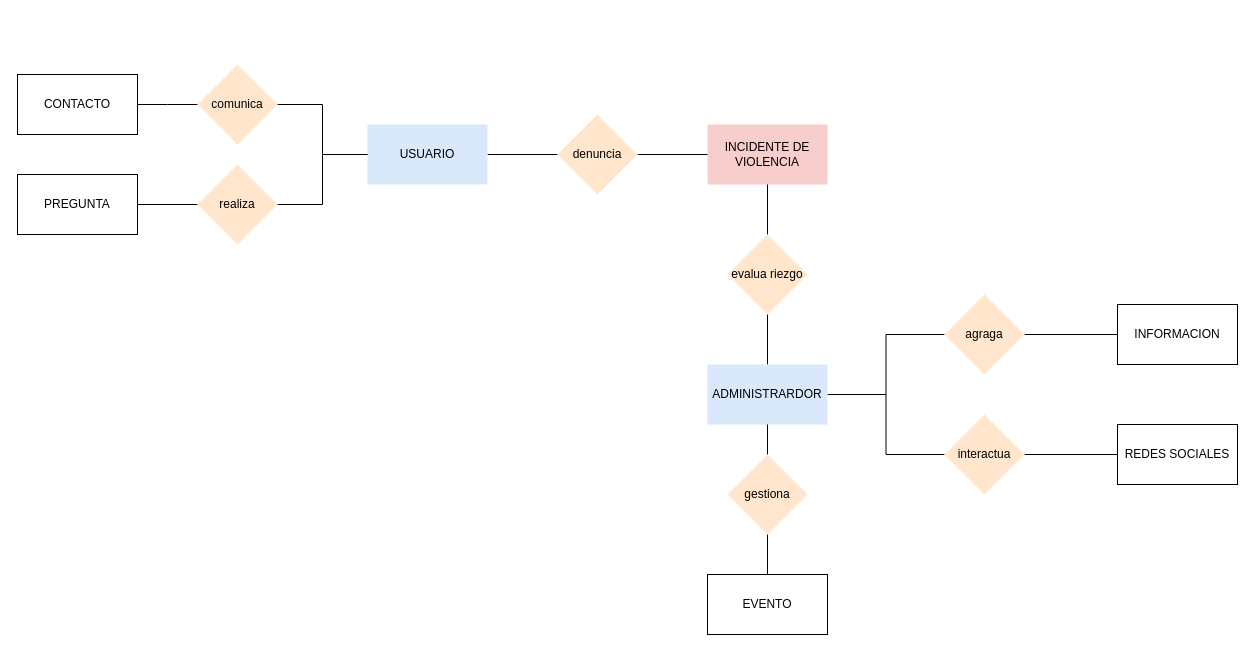
Andy-Fernandez/ViveSinMiedoApp keeps this draw.io diagram as ER_281_Grupo.drawio. Above is the earlier version. Source tidied: cells renumbered, new cells numbered last; positions are measured from the earlier drawing's top-left corner, leaving out a move shared by most shapes. Both pictures are drawn from the tidied source at 100%, with x=0, y=0 at pixel (17, 64).
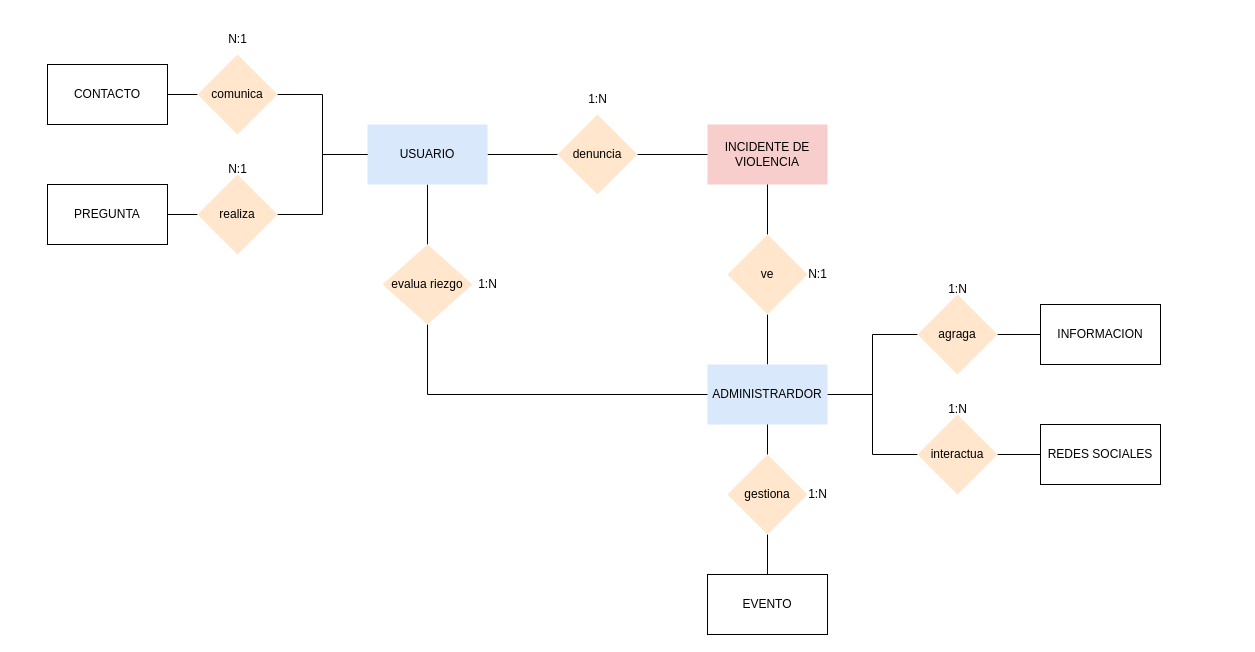
Above is the later version.

Commit message:
Cambio base del modelo ER_281_Grupo.drawio

The change refers to these unchanged cells:
```xml
<mxCell id="5" value="ADMINISTRARDOR" style="rounded=0;whiteSpace=wrap;html=1;fillColor=#dae8fc;strokeColor=none;" parent="1" vertex="1">
  <mxGeometry x="690" y="300" width="120" height="60" as="geometry" />
</mxCell>
<mxCell id="12" value="USUARIO" style="rounded=0;whiteSpace=wrap;html=1;fillColor=#dae8fc;strokeColor=none;" parent="1" vertex="1">
  <mxGeometry x="350" y="60" width="120" height="60" as="geometry" />
</mxCell>
```

Change to the diagram source:
```diff
@@
     <mxCell id="6" value="INFORMACION" style="rounded=0;whiteSpace=wrap;html=1;" parent="1" vertex="1">
-      <mxGeometry x="1100" y="240" width="120" height="60" as="geometry" />
+      <mxGeometry x="1023" y="240" width="120" height="60" as="geometry" />
     </mxCell>
@@
     <mxCell id="9" value="REDES SOCIALES " style="rounded=0;whiteSpace=wrap;html=1;" parent="1" vertex="1">
-      <mxGeometry x="1100" y="360" width="120" height="60" as="geometry" />
+      <mxGeometry x="1023" y="360" width="120" height="60" as="geometry" />
     </mxCell>
-    <mxCell id="10" style="edgeStyle=orthogonalEdgeStyle;rounded=0;jettySize=auto;html=1;exitX=0.5;exitY=1;exitDx=0;exitDy=0;entryX=0.5;entryY=0;entryDx=0;entryDy=0;strokeColor=none;" parent="1" edge="1" source="12" target="29">
+    <mxCell id="10" style="edgeStyle=orthogonalEdgeStyle;rounded=0;jettySize=auto;html=1;exitX=0.5;exitY=1;exitDx=0;exitDy=0;entryX=0.5;entryY=0;entryDx=0;entryDy=0;strokeColor=none;" parent="1" edge="1" source="43" target="29">
       <mxGeometry relative="1" as="geometry">
         <Array as="points">
-          <mxPoint x="410" y="230" />
-          <mxPoint x="350" y="230" />
-          <mxPoint x="350" y="240" />
-          <mxPoint x="180" y="240" />
+          <mxPoint x="220" y="-30" />
         </Array>
       </mxGeometry>
     </mxCell>
@@
+    <mxCell id="32" style="edgeStyle=orthogonalEdgeStyle;rounded=0;jettySize=auto;html=1;exitX=0.5;exitY=1;exitDx=0;exitDy=0;entryX=0.5;entryY=0;entryDx=0;entryDy=0;endArrow=none;endFill=0;" parent="1" edge="1" source="12" target="35">
+      <mxGeometry relative="1" as="geometry" />
+    </mxCell>
@@
     <mxCell id="14" style="edgeStyle=orthogonalEdgeStyle;rounded=0;jettySize=auto;html=1;exitX=1;exitY=0.5;exitDx=0;exitDy=0;endArrow=none;endFill=0;" parent="1" edge="1" source="15" target="29">
       <mxGeometry relative="1" as="geometry">
         <Array as="points">
-          <mxPoint x="150" y="40" />
-          <mxPoint x="150" y="40" />
+          <mxPoint x="150" y="30" />
+          <mxPoint x="150" y="30" />
         </Array>
       </mxGeometry>
     </mxCell>
     <mxCell id="15" value="CONTACTO" style="rounded=0;whiteSpace=wrap;html=1;" parent="1" vertex="1">
-      <mxGeometry y="10" width="120" height="60" as="geometry" />
+      <mxGeometry x="30" width="120" height="60" as="geometry" />
     </mxCell>
@@
     <mxCell id="17" value="PREGUNTA" style="rounded=0;whiteSpace=wrap;html=1;" parent="1" vertex="1">
-      <mxGeometry y="110" width="120" height="60" as="geometry" />
+      <mxGeometry x="30" y="120" width="120" height="60" as="geometry" />
     </mxCell>
@@
-    <mxCell id="19" value="evalua riezgo" style="rhombus;whiteSpace=wrap;html=1;fillColor=#ffe6cc;strokeColor=none;" parent="1" vertex="1">
+    <mxCell id="19" value="ve" style="rhombus;whiteSpace=wrap;html=1;fillColor=#ffe6cc;strokeColor=none;" parent="1" vertex="1">
       <mxGeometry x="710" y="170" width="80" height="80" as="geometry" />
     </mxCell>
@@
     <mxCell id="21" value="agraga" style="rhombus;whiteSpace=wrap;html=1;fillColor=#ffe6cc;strokeColor=none;" parent="1" vertex="1">
-      <mxGeometry x="927" y="230" width="80" height="80" as="geometry" />
+      <mxGeometry x="900" y="230" width="80" height="80" as="geometry" />
     </mxCell>
@@
     <mxCell id="25" value="interactua" style="rhombus;whiteSpace=wrap;html=1;fillColor=#ffe6cc;strokeColor=none;" parent="1" vertex="1">
-      <mxGeometry x="927" y="350" width="80" height="80" as="geometry" />
+      <mxGeometry x="900" y="350" width="80" height="80" as="geometry" />
     </mxCell>
@@
     <mxCell id="29" value="comunica" style="rhombus;whiteSpace=wrap;html=1;fillColor=#ffe6cc;strokeColor=none;" parent="1" vertex="1">
-      <mxGeometry x="180" width="80" height="80" as="geometry" />
+      <mxGeometry x="180" y="-10" width="80" height="80" as="geometry" />
     </mxCell>
@@
     <mxCell id="31" value="realiza" style="rhombus;whiteSpace=wrap;html=1;fillColor=#ffe6cc;strokeColor=none;" parent="1" vertex="1">
-      <mxGeometry x="180" y="100" width="80" height="80" as="geometry" />
+      <mxGeometry x="180" y="110" width="80" height="80" as="geometry" />
     </mxCell>
+    <mxCell id="33" style="edgeStyle=orthogonalEdgeStyle;rounded=0;jettySize=auto;html=1;exitX=0.5;exitY=1;exitDx=0;exitDy=0;entryX=0;entryY=0.5;entryDx=0;entryDy=0;endArrow=none;endFill=0;" parent="1" edge="1" source="35" target="5">
+      <mxGeometry relative="1" as="geometry" />
+    </mxCell>
+    <mxCell id="34" style="edgeStyle=orthogonalEdgeStyle;rounded=0;jettySize=auto;html=1;exitX=0.5;exitY=1;exitDx=0;exitDy=0;entryX=0.5;entryY=0;entryDx=0;entryDy=0;strokeColor=none;" parent="1" edge="1" source="12" target="35">
+      <mxGeometry relative="1" as="geometry">
+        <Array as="points">
+          <mxPoint x="410" y="230" />
+          <mxPoint x="350" y="230" />
+          <mxPoint x="350" y="240" />
+          <mxPoint x="180" y="240" />
+        </Array>
+      </mxGeometry>
+    </mxCell>
+    <mxCell id="35" value="evalua riezgo" style="rhombus;whiteSpace=wrap;html=1;fillColor=#ffe6cc;strokeColor=none;" parent="1" vertex="1">
+      <mxGeometry x="365" y="180" width="90" height="80" as="geometry" />
+    </mxCell>
+    <mxCell id="36" value="N:1" style="text;html=1;align=center;verticalAlign=middle;strokeColor=none;fillColor=none;rotation=0;" parent="1" vertex="1">
+      <mxGeometry x="780" y="195" width="40" height="30" as="geometry" />
+    </mxCell>
+    <mxCell id="37" value="1:N" style="text;html=1;align=center;verticalAlign=middle;strokeColor=none;fillColor=none;rotation=0;" parent="1" vertex="1">
+      <mxGeometry x="920" y="210" width="40" height="30" as="geometry" />
+    </mxCell>
+    <mxCell id="38" value="1:N" style="text;html=1;align=center;verticalAlign=middle;strokeColor=none;fillColor=none;rotation=0;" parent="1" vertex="1">
+      <mxGeometry x="920" y="330" width="40" height="30" as="geometry" />
+    </mxCell>
+    <mxCell id="39" value="1:N" style="text;html=1;align=center;verticalAlign=middle;strokeColor=none;fillColor=none;rotation=0;" parent="1" vertex="1">
+      <mxGeometry x="780" y="415" width="40" height="30" as="geometry" />
+    </mxCell>
+    <mxCell id="40" value="1:N" style="text;html=1;align=center;verticalAlign=middle;strokeColor=none;fillColor=none;rotation=0;" parent="1" vertex="1">
+      <mxGeometry x="450" y="205" width="40" height="30" as="geometry" />
+    </mxCell>
+    <mxCell id="41" value="1:N" style="text;html=1;align=center;verticalAlign=middle;strokeColor=none;fillColor=none;rotation=0;" parent="1" vertex="1">
+      <mxGeometry x="560" y="20" width="40" height="30" as="geometry" />
+    </mxCell>
+    <mxCell id="42" style="edgeStyle=orthogonalEdgeStyle;rounded=0;jettySize=auto;html=1;exitX=0.5;exitY=1;exitDx=0;exitDy=0;entryX=0.5;entryY=0;entryDx=0;entryDy=0;strokeColor=none;" parent="1" edge="1" source="35" target="43">
+      <mxGeometry relative="1" as="geometry">
+        <Array as="points">
+          <mxPoint x="410" y="280" />
+          <mxPoint x="312" y="280" />
+          <mxPoint x="312" y="-20" />
+        </Array>
+      </mxGeometry>
+    </mxCell>
+    <mxCell id="43" value="N:1" style="text;html=1;align=center;verticalAlign=middle;points=[];strokeColor=none;fillColor=none;" parent="1" vertex="1">
+      <mxGeometry x="200" y="-40" width="40" height="30" as="geometry" />
+    </mxCell>
+    <mxCell id="44" value="N:1" style="text;html=1;align=center;verticalAlign=middle;strokeColor=none;fillColor=none;" parent="1" vertex="1">
+      <mxGeometry x="200" y="90" width="40" height="30" as="geometry" />
+    </mxCell>
```
